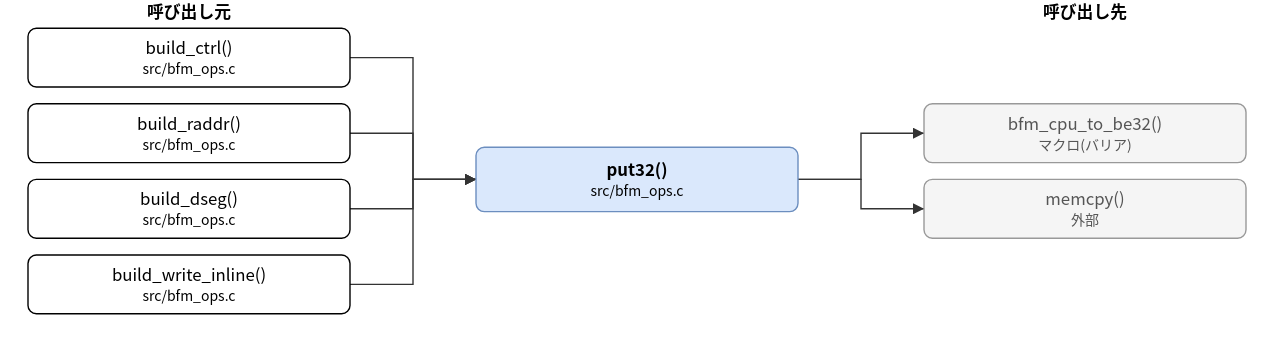
hf355051012-ai/bfmem keeps this draw.io diagram as doc/spec/images/call_src_bfm_ops-put32.drawio.svg. Above is the earlier version. Source tidied: cells renumbered, new cells last; positions are measured from the earlier drawing's top-left corner, leaving out a move shared by most shapes. Its diagram source:
```xml
<mxGraphModel>
  <root>
    <mxCell id="0" />
    <mxCell id="1" parent="0" />
    <mxCell id="2" value="put32()&lt;br&gt;&lt;font style=&quot;font-size:10px&quot;&gt;src/bfm_ops.c&lt;/font&gt;" style="rounded=1;whiteSpace=wrap;html=1;fillColor=#dae8fc;strokeColor=#6c8ebf;fontStyle=1;" parent="1" vertex="1">
      <mxGeometry x="320" y="105" width="230" height="46" as="geometry" />
    </mxCell>
    <mxCell id="3" value="build_ctrl()&lt;br&gt;&lt;font style=&quot;font-size:10px&quot;&gt;src/bfm_ops.c&lt;/font&gt;" style="rounded=1;whiteSpace=wrap;html=1;" parent="1" vertex="1">
      <mxGeometry y="20" width="230" height="42" as="geometry" />
    </mxCell>
    <mxCell id="4" value="build_raddr()&lt;br&gt;&lt;font style=&quot;font-size:10px&quot;&gt;src/bfm_ops.c&lt;/font&gt;" style="rounded=1;whiteSpace=wrap;html=1;" parent="1" vertex="1">
      <mxGeometry y="74" width="230" height="42" as="geometry" />
    </mxCell>
    <mxCell id="5" value="build_dseg()&lt;br&gt;&lt;font style=&quot;font-size:10px&quot;&gt;src/bfm_ops.c&lt;/font&gt;" style="rounded=1;whiteSpace=wrap;html=1;" parent="1" vertex="1">
      <mxGeometry y="128" width="230" height="42" as="geometry" />
    </mxCell>
    <mxCell id="6" value="build_write_inline()&lt;br&gt;&lt;font style=&quot;font-size:10px&quot;&gt;src/bfm_ops.c&lt;/font&gt;" style="rounded=1;whiteSpace=wrap;html=1;" parent="1" vertex="1">
      <mxGeometry y="182" width="230" height="42" as="geometry" />
    </mxCell>
    <mxCell id="7" value="bfm_cpu_to_be32()&lt;br&gt;&lt;font style=&quot;font-size:10px&quot;&gt;マクロ(バリア)&lt;/font&gt;" style="rounded=1;whiteSpace=wrap;html=1;fillColor=#f5f5f5;strokeColor=#999999;fontColor=#555555;" parent="1" vertex="1">
      <mxGeometry x="640" y="74" width="230" height="42" as="geometry" />
    </mxCell>
    <mxCell id="8" value="memcpy()&lt;br&gt;&lt;font style=&quot;font-size:10px&quot;&gt;外部&lt;/font&gt;" style="rounded=1;whiteSpace=wrap;html=1;fillColor=#f5f5f5;strokeColor=#999999;fontColor=#555555;" parent="1" vertex="1">
      <mxGeometry x="640" y="128" width="230" height="42" as="geometry" />
    </mxCell>
    <mxCell id="9" style="edgeStyle=none;html=1;rounded=0;endArrow=block;endFill=1;exitX=1.0000;exitY=0.5000;exitDx=0;exitDy=0;exitPerimeter=0;entryX=0.0000;entryY=0.5000;entryDx=0;entryDy=0;entryPerimeter=0;" parent="1" edge="1" source="3" target="2">
      <mxGeometry relative="1" as="geometry">
        <Array as="points">
          <mxPoint x="275" y="41" />
          <mxPoint x="275" y="128" />
        </Array>
      </mxGeometry>
    </mxCell>
    <mxCell id="10" style="edgeStyle=none;html=1;rounded=0;endArrow=block;endFill=1;exitX=1.0000;exitY=0.5000;exitDx=0;exitDy=0;exitPerimeter=0;entryX=0.0000;entryY=0.5000;entryDx=0;entryDy=0;entryPerimeter=0;" parent="1" edge="1" source="4" target="2">
      <mxGeometry relative="1" as="geometry">
        <Array as="points">
          <mxPoint x="275" y="95" />
          <mxPoint x="275" y="128" />
        </Array>
      </mxGeometry>
    </mxCell>
    <mxCell id="11" style="edgeStyle=none;html=1;rounded=0;endArrow=block;endFill=1;exitX=1.0000;exitY=0.5000;exitDx=0;exitDy=0;exitPerimeter=0;entryX=0.0000;entryY=0.5000;entryDx=0;entryDy=0;entryPerimeter=0;" parent="1" edge="1" source="5" target="2">
      <mxGeometry relative="1" as="geometry">
        <Array as="points">
          <mxPoint x="275" y="149" />
          <mxPoint x="275" y="128" />
        </Array>
      </mxGeometry>
    </mxCell>
    <mxCell id="12" style="edgeStyle=none;html=1;rounded=0;endArrow=block;endFill=1;exitX=1.0000;exitY=0.5000;exitDx=0;exitDy=0;exitPerimeter=0;entryX=0.0000;entryY=0.5000;entryDx=0;entryDy=0;entryPerimeter=0;" parent="1" edge="1" source="6" target="2">
      <mxGeometry relative="1" as="geometry">
        <Array as="points">
          <mxPoint x="275" y="203" />
          <mxPoint x="275" y="128" />
        </Array>
      </mxGeometry>
    </mxCell>
    <mxCell id="13" style="edgeStyle=none;html=1;rounded=0;endArrow=block;endFill=1;exitX=1.0000;exitY=0.5000;exitDx=0;exitDy=0;exitPerimeter=0;entryX=0.0000;entryY=0.5000;entryDx=0;entryDy=0;entryPerimeter=0;" parent="1" edge="1" source="2" target="7">
      <mxGeometry relative="1" as="geometry">
        <Array as="points">
          <mxPoint x="595" y="128" />
          <mxPoint x="595" y="95" />
        </Array>
      </mxGeometry>
    </mxCell>
    <mxCell id="14" style="edgeStyle=none;html=1;rounded=0;endArrow=block;endFill=1;exitX=1.0000;exitY=0.5000;exitDx=0;exitDy=0;exitPerimeter=0;entryX=0.0000;entryY=0.5000;entryDx=0;entryDy=0;entryPerimeter=0;" parent="1" edge="1" source="2" target="8">
      <mxGeometry relative="1" as="geometry">
        <Array as="points">
          <mxPoint x="595" y="128" />
          <mxPoint x="595" y="149" />
        </Array>
      </mxGeometry>
    </mxCell>
    <mxCell id="15" value="呼び出し元" style="text;html=1;align=center;fontStyle=1;" parent="1" vertex="1">
      <mxGeometry x="35" width="160" height="18" as="geometry" />
    </mxCell>
    <mxCell id="16" value="呼び出し先" style="text;html=1;align=center;fontStyle=1;" parent="1" vertex="1">
      <mxGeometry x="675" width="160" height="18" as="geometry" />
    </mxCell>
  </root>
</mxGraphModel>
```
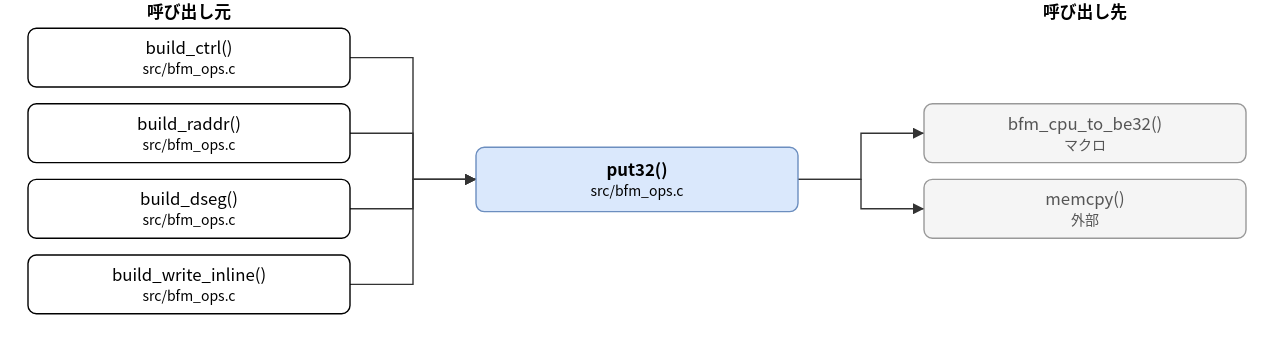
After the commit.

Change to the diagram source:
```diff
@@ -17,7 +17,7 @@
     <mxCell id="6" value="build_write_inline()&lt;br&gt;&lt;font style=&quot;font-size:10px&quot;&gt;src/bfm_ops.c&lt;/font&gt;" style="rounded=1;whiteSpace=wrap;html=1;" parent="1" vertex="1">
       <mxGeometry y="182" width="230" height="42" as="geometry" />
     </mxCell>
-    <mxCell id="7" value="bfm_cpu_to_be32()&lt;br&gt;&lt;font style=&quot;font-size:10px&quot;&gt;マクロ(バリア)&lt;/font&gt;" style="rounded=1;whiteSpace=wrap;html=1;fillColor=#f5f5f5;strokeColor=#999999;fontColor=#555555;" parent="1" vertex="1">
+    <mxCell id="7" value="bfm_cpu_to_be32()&lt;br&gt;&lt;font style=&quot;font-size:10px&quot;&gt;マクロ&lt;/font&gt;" style="rounded=1;whiteSpace=wrap;html=1;fillColor=#f5f5f5;strokeColor=#999999;fontColor=#555555;" parent="1" vertex="1">
       <mxGeometry x="640" y="74" width="230" height="42" as="geometry" />
     </mxCell>
     <mxCell id="8" value="memcpy()&lt;br&gt;&lt;font style=&quot;font-size:10px&quot;&gt;外部&lt;/font&gt;" style="rounded=1;whiteSpace=wrap;html=1;fillColor=#f5f5f5;strokeColor=#999999;fontColor=#555555;" parent="1" vertex="1">
```
